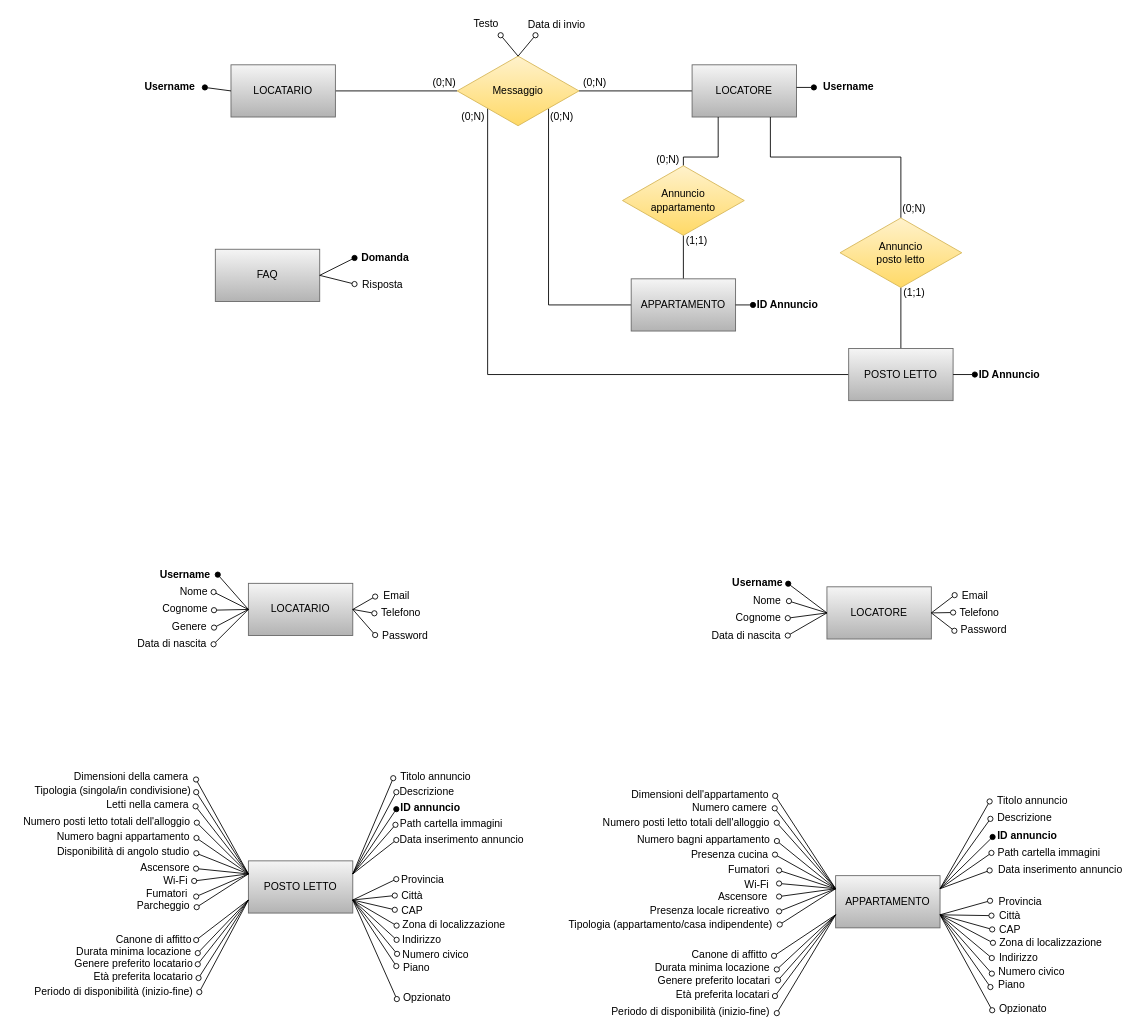
Earlier version of the draw.io diagram Schema_ER_database.drawio (fd-col/RentAdvisor). Source tidied: cells renumbered, new cells numbered last; positions are measured from the earlier drawing's top-left corner, leaving out a move shared by most shapes. Both pictures are drawn from the tidied source at 87%, with x=0, y=0 at pixel (15, 15).
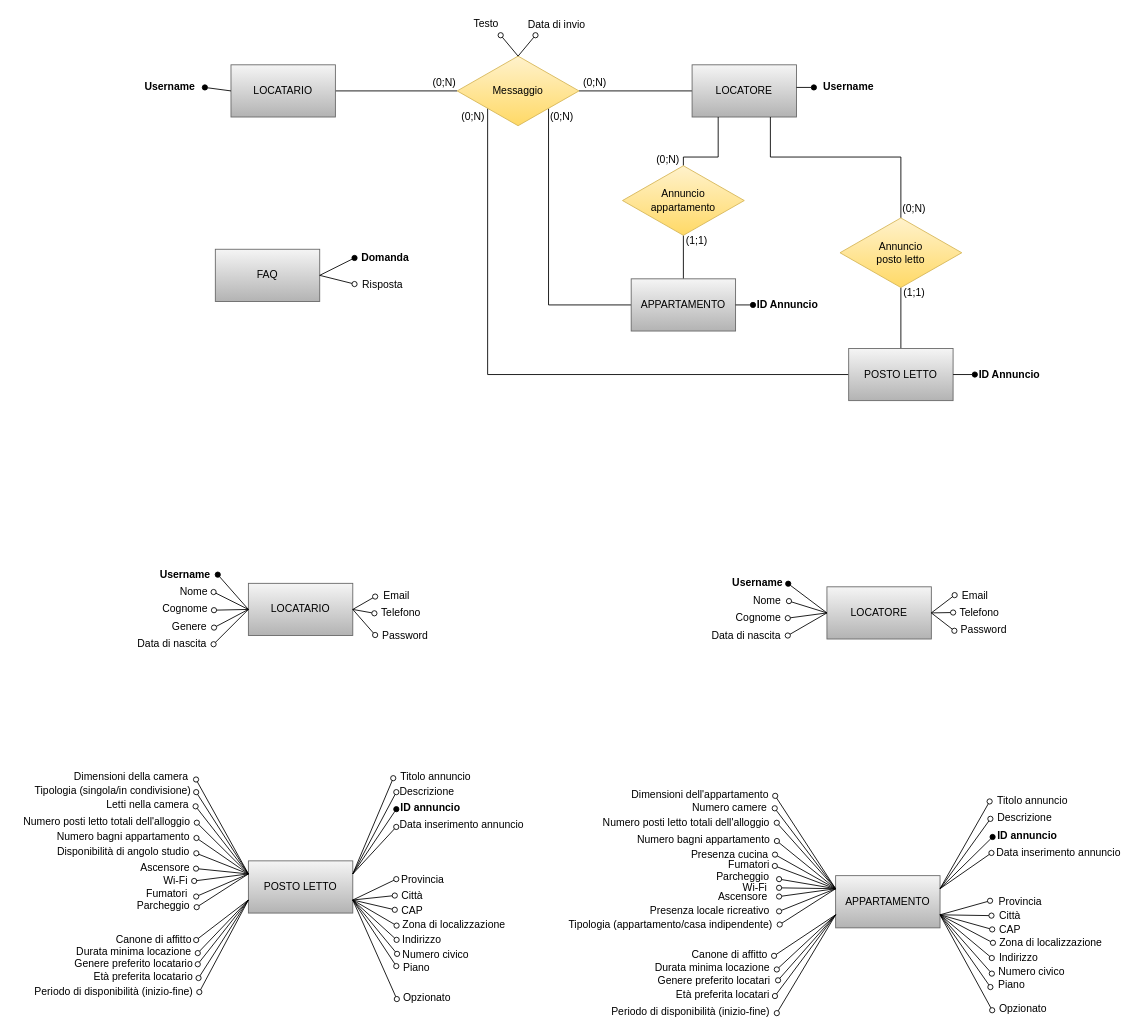
Above is the later version.

Commit message (it also covers changes not shown here):
Modifica schema er

Unchanged cells that the change refers to:
```xml
<mxCell id="49" value="POSTO LETTO" style="rounded=0;whiteSpace=wrap;html=1;fillColor=#f5f5f5;gradientColor=#b3b3b3;strokeColor=#666666;" parent="1" vertex="1">
  <mxGeometry x="268" y="972" width="120" height="60" as="geometry" />
</mxCell>
<mxCell id="77" value="APPARTAMENTO" style="rounded=0;whiteSpace=wrap;html=1;fillColor=#f5f5f5;gradientColor=#b3b3b3;strokeColor=#666666;" parent="1" vertex="1">
  <mxGeometry x="943" y="989" width="120" height="60" as="geometry" />
</mxCell>
```

The edit, as a diff of the source:
```diff
@@
-    <mxCell id="51" value="Path cartella immagini" style="text;html=1;align=center;verticalAlign=middle;points=[];strokeColor=none;fillColor=none;" parent="1" vertex="1">
-      <mxGeometry x="436" y="920" width="130" height="20" as="geometry" />
-    </mxCell>
@@
     <mxCell id="70" value="Data inserimento annuncio" style="text;html=1;align=center;verticalAlign=middle;points=[];strokeColor=none;fillColor=none;" parent="1" vertex="1">
-      <mxGeometry x="433" y="938" width="160" height="20" as="geometry" />
+      <mxGeometry x="433" y="921" width="160" height="20" as="geometry" />
     </mxCell>
@@
-    <mxCell id="81" value="Path cartella immagini" style="text;html=1;align=center;verticalAlign=middle;points=[];strokeColor=none;fillColor=none;" parent="1" vertex="1">
-      <mxGeometry x="1123" y="953" width="130" height="20" as="geometry" />
-    </mxCell>
@@
     <mxCell id="87" value="Fumatori" style="text;html=1;align=center;verticalAlign=middle;points=[];strokeColor=none;fillColor=none;" parent="1" vertex="1">
-      <mxGeometry x="813" y="973" width="60" height="20" as="geometry" />
+      <mxGeometry x="813" y="967" width="60" height="20" as="geometry" />
     </mxCell>
@@
     <mxCell id="93" value="Data inserimento annuncio" style="text;html=1;align=center;verticalAlign=middle;points=[];strokeColor=none;fillColor=none;" parent="1" vertex="1">
-      <mxGeometry x="1121" y="972" width="160" height="20" as="geometry" />
+      <mxGeometry x="1119" y="953" width="160" height="20" as="geometry" />
     </mxCell>
@@
     <mxCell id="95" value="Wi-Fi" style="text;html=1;align=center;verticalAlign=middle;strokeColor=none;fillColor=none;" parent="1" vertex="1">
-      <mxGeometry x="832" y="990" width="40" height="20" as="geometry" />
+      <mxGeometry x="830" y="993" width="40" height="20" as="geometry" />
     </mxCell>
@@
-    <mxCell id="146" style="endArrow=oval;html=1;rounded=0;exitX=1;exitY=0.25;exitDx=0;exitDy=0;endFill=0;entryX=0.008;entryY=0.529;entryDx=0;entryDy=0;entryPerimeter=0;" parent="1" edge="1" source="49" target="51">
-      <mxGeometry relative="1" as="geometry" />
-    </mxCell>
-    <mxCell id="147" style="endArrow=oval;html=1;rounded=0;exitX=1;exitY=0.25;exitDx=0;exitDy=0;endFill=0;" parent="1" edge="1" source="49">
-      <mxGeometry relative="1" as="geometry">
-        <mxPoint x="438" y="948" as="targetPoint" />
-      </mxGeometry>
+    <mxCell id="147" style="endArrow=oval;html=1;rounded=0;exitX=1;exitY=0.25;exitDx=0;exitDy=0;endFill=0;entryX=0.031;entryY=0.6;entryDx=0;entryDy=0;entryPerimeter=0;" parent="1" edge="1" source="49" target="70">
+      <mxGeometry relative="1" as="geometry" />
     </mxCell>
@@
     <mxCell id="164" style="endArrow=oval;html=1;rounded=0;endFill=0;exitX=0;exitY=0.25;exitDx=0;exitDy=0;" parent="1" edge="1" source="77">
       <mxGeometry relative="1" as="geometry">
-        <mxPoint x="878" y="998" as="targetPoint" />
+        <mxPoint x="878" y="1003" as="targetPoint" />
       </mxGeometry>
     </mxCell>
-    <mxCell id="165" style="endArrow=oval;html=1;rounded=0;endFill=0;exitX=0;exitY=0.25;exitDx=0;exitDy=0;" parent="1" edge="1">
+    <mxCell id="165" style="endArrow=oval;html=1;rounded=0;endFill=0;exitX=0;exitY=0.25;exitDx=0;exitDy=0;entryX=1.002;entryY=0.543;entryDx=0;entryDy=0;entryPerimeter=0;" parent="1" edge="1" target="87">
       <mxGeometry relative="1" as="geometry">
         <mxPoint x="943" y="1004.2" as="sourcePoint" />
-        <mxPoint x="878" y="983" as="targetPoint" />
       </mxGeometry>
     </mxCell>
@@
-    <mxCell id="174" style="endArrow=oval;html=1;rounded=0;exitX=1;exitY=0.25;exitDx=0;exitDy=0;endFill=0;entryX=-0.007;entryY=0.494;entryDx=0;entryDy=0;entryPerimeter=0;" parent="1" edge="1" source="77" target="81">
-      <mxGeometry relative="1" as="geometry" />
+    <mxCell id="174" style="endArrow=oval;html=1;rounded=0;exitX=1;exitY=0.25;exitDx=0;exitDy=0;endFill=0;entryX=-0.007;entryY=0.494;entryDx=0;entryDy=0;entryPerimeter=0;" parent="1" edge="1" source="77">
+      <mxGeometry relative="1" as="geometry">
+        <mxPoint x="1122.1" y="962.9" as="targetPoint" />
+      </mxGeometry>
     </mxCell>
-    <mxCell id="175" style="endArrow=oval;html=1;rounded=0;exitX=1;exitY=0.25;exitDx=0;exitDy=0;endFill=0;entryX=-0.006;entryY=0.55;entryDx=0;entryDy=0;entryPerimeter=0;" parent="1" edge="1" source="77" target="93">
-      <mxGeometry relative="1" as="geometry" />
-    </mxCell>
@@
+    <mxCell id="188" value="Parcheggio" style="text;html=1;align=center;verticalAlign=middle;strokeColor=none;fillColor=none;" parent="1" vertex="1">
+      <mxGeometry x="796" y="980" width="80" height="20" as="geometry" />
+    </mxCell>
+    <mxCell id="189" style="endArrow=oval;html=1;rounded=0;endFill=0;exitX=0;exitY=0.25;exitDx=0;exitDy=0;" parent="1" edge="1" source="77">
+      <mxGeometry relative="1" as="geometry">
+        <mxPoint x="878" y="993" as="targetPoint" />
+      </mxGeometry>
+    </mxCell>
```
